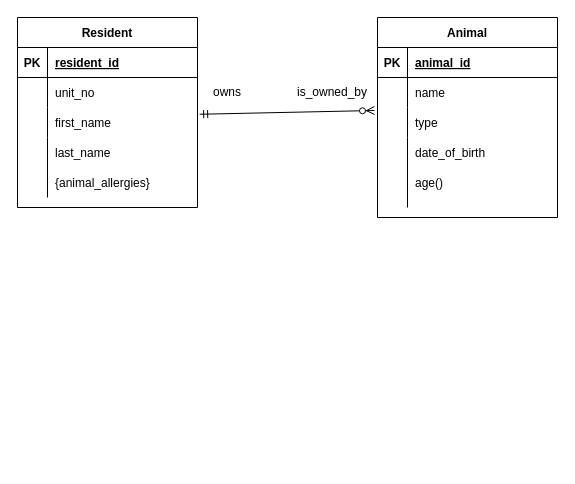
The draw.io diagram Untitled Diagram.drawio in mooskiiiie/Entity-Relationship-Diagram, before the edit. Source tidied: cells renumbered, new cells numbered last; positions are measured from the earlier drawing's top-left corner, leaving out a move shared by most shapes. Both pictures are drawn from the tidied source at 100%, with x=0, y=0 at pixel (17, 17).
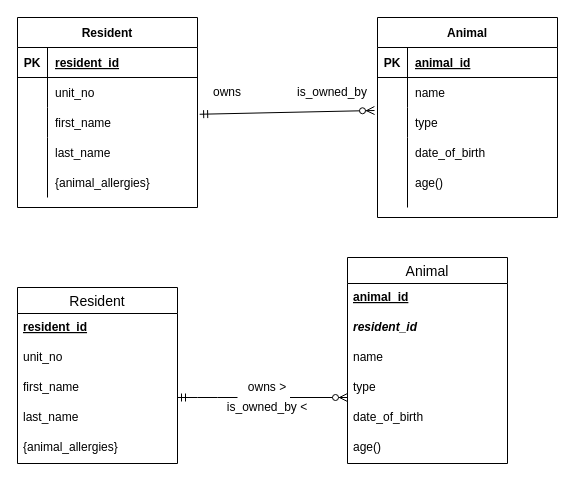
The same page after the edit.

What changed in the source:
```diff
@@
+    <mxCell id="37" value="Resident" style="swimlane;fontStyle=0;horizontal=1;startSize=26;align=center;fontSize=14;" parent="1" vertex="1">
+      <mxGeometry y="270" width="160" height="176" as="geometry" />
+    </mxCell>
+    <mxCell id="38" value="resident_id" style="text;strokeColor=none;fillColor=none;spacingLeft=4;spacingRight=4;overflow=hidden;fontSize=12;fontStyle=5;" parent="37" vertex="1">
+      <mxGeometry y="26" width="160" height="30" as="geometry" />
+    </mxCell>
+    <mxCell id="39" value="unit_no" style="text;strokeColor=none;fillColor=none;spacingLeft=4;spacingRight=4;overflow=hidden;fontSize=12;" parent="37" vertex="1">
+      <mxGeometry y="56" width="160" height="30" as="geometry" />
+    </mxCell>
+    <mxCell id="40" value="first_name" style="text;strokeColor=none;fillColor=none;spacingLeft=4;spacingRight=4;overflow=hidden;fontSize=12;" parent="37" vertex="1">
+      <mxGeometry y="86" width="160" height="30" as="geometry" />
+    </mxCell>
+    <mxCell id="41" value="last_name" style="text;strokeColor=none;fillColor=none;spacingLeft=4;spacingRight=4;overflow=hidden;fontSize=12;" parent="37" vertex="1">
+      <mxGeometry y="116" width="160" height="30" as="geometry" />
+    </mxCell>
+    <mxCell id="42" value="{animal_allergies}" style="text;strokeColor=none;fillColor=none;spacingLeft=4;spacingRight=4;overflow=hidden;fontSize=12;" parent="37" vertex="1">
+      <mxGeometry y="146" width="160" height="30" as="geometry" />
+    </mxCell>
+    <mxCell id="43" value="Animal" style="swimlane;fontStyle=0;horizontal=1;startSize=26;align=center;fontSize=14;" parent="1" vertex="1">
+      <mxGeometry x="330" y="240" width="160" height="206" as="geometry" />
+    </mxCell>
+    <mxCell id="44" value="animal_id" style="text;strokeColor=none;fillColor=none;spacingLeft=4;spacingRight=4;overflow=hidden;fontSize=12;fontStyle=5;" parent="43" vertex="1">
+      <mxGeometry y="26" width="160" height="30" as="geometry" />
+    </mxCell>
+    <mxCell id="45" value="resident_id" style="text;strokeColor=none;fillColor=none;spacingLeft=4;spacingRight=4;overflow=hidden;fontSize=12;fontStyle=3;" parent="43" vertex="1">
+      <mxGeometry y="56" width="160" height="30" as="geometry" />
+    </mxCell>
+    <mxCell id="46" value="name" style="text;strokeColor=none;fillColor=none;spacingLeft=4;spacingRight=4;overflow=hidden;fontSize=12;" parent="43" vertex="1">
+      <mxGeometry y="86" width="160" height="30" as="geometry" />
+    </mxCell>
+    <mxCell id="47" value="type" style="text;strokeColor=none;fillColor=none;spacingLeft=4;spacingRight=4;overflow=hidden;fontSize=12;" parent="43" vertex="1">
+      <mxGeometry y="116" width="160" height="30" as="geometry" />
+    </mxCell>
+    <mxCell id="48" value="date_of_birth" style="text;strokeColor=none;fillColor=none;spacingLeft=4;spacingRight=4;overflow=hidden;fontSize=12;" parent="43" vertex="1">
+      <mxGeometry y="146" width="160" height="30" as="geometry" />
+    </mxCell>
+    <mxCell id="49" value="age()" style="text;strokeColor=none;fillColor=none;spacingLeft=4;spacingRight=4;overflow=hidden;fontSize=12;" parent="43" vertex="1">
+      <mxGeometry y="176" width="160" height="30" as="geometry" />
+    </mxCell>
+    <mxCell id="50" style="endArrow=none;html=1;startArrow=ERmandOne;startFill=0;" parent="1" edge="1">
+      <mxGeometry relative="1" as="geometry">
+        <mxPoint x="160" y="380" as="sourcePoint" />
+        <mxPoint x="220" y="380" as="targetPoint" />
+        <Array as="points">
+          <mxPoint x="190" y="380" />
+        </Array>
+      </mxGeometry>
+    </mxCell>
+    <mxCell id="51" value="owns &amp;gt;" style="text;html=1;strokeColor=none;fillColor=none;align=center;verticalAlign=middle;whiteSpace=wrap;rounded=0;" parent="1" vertex="1">
+      <mxGeometry x="220" y="360" width="60" height="20" as="geometry" />
+    </mxCell>
+    <mxCell id="52" value="is_owned_by &amp;lt;" style="text;html=1;strokeColor=none;fillColor=none;align=center;verticalAlign=middle;whiteSpace=wrap;rounded=0;" parent="1" vertex="1">
+      <mxGeometry x="205" y="380" width="90" height="20" as="geometry" />
+    </mxCell>
+    <mxCell id="53" style="endArrow=ERzeroToMany;html=1;endFill=1;exitX=0.75;exitY=0;exitDx=0;exitDy=0;" parent="1" edge="1" source="52">
+      <mxGeometry relative="1" as="geometry">
+        <mxPoint x="330" y="380" as="targetPoint" />
+      </mxGeometry>
+    </mxCell>
```
